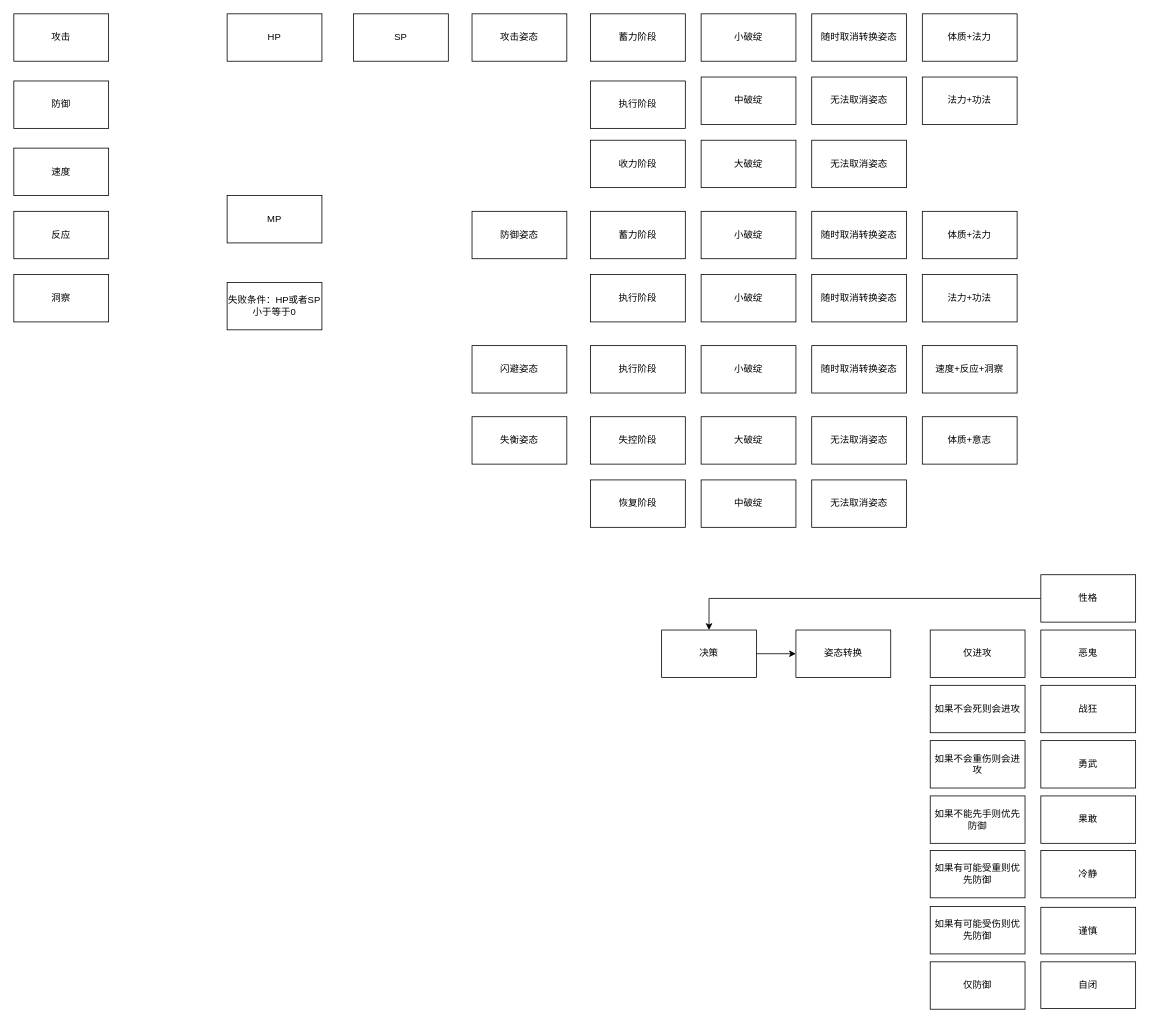
Before: page "第 4 页" (4 of 8) of 流程图/蟋蟀玩法分析.drawio in Karmel5950/NoteBook, a draw.io diagram. Source tidied: cells renumbered, new cells numbered last; positions are measured from the earlier drawing's top-left corner, leaving out a move shared by most shapes. Both pictures are drawn from the tidied source at 79%, with x=0, y=0 at pixel (13, 13).
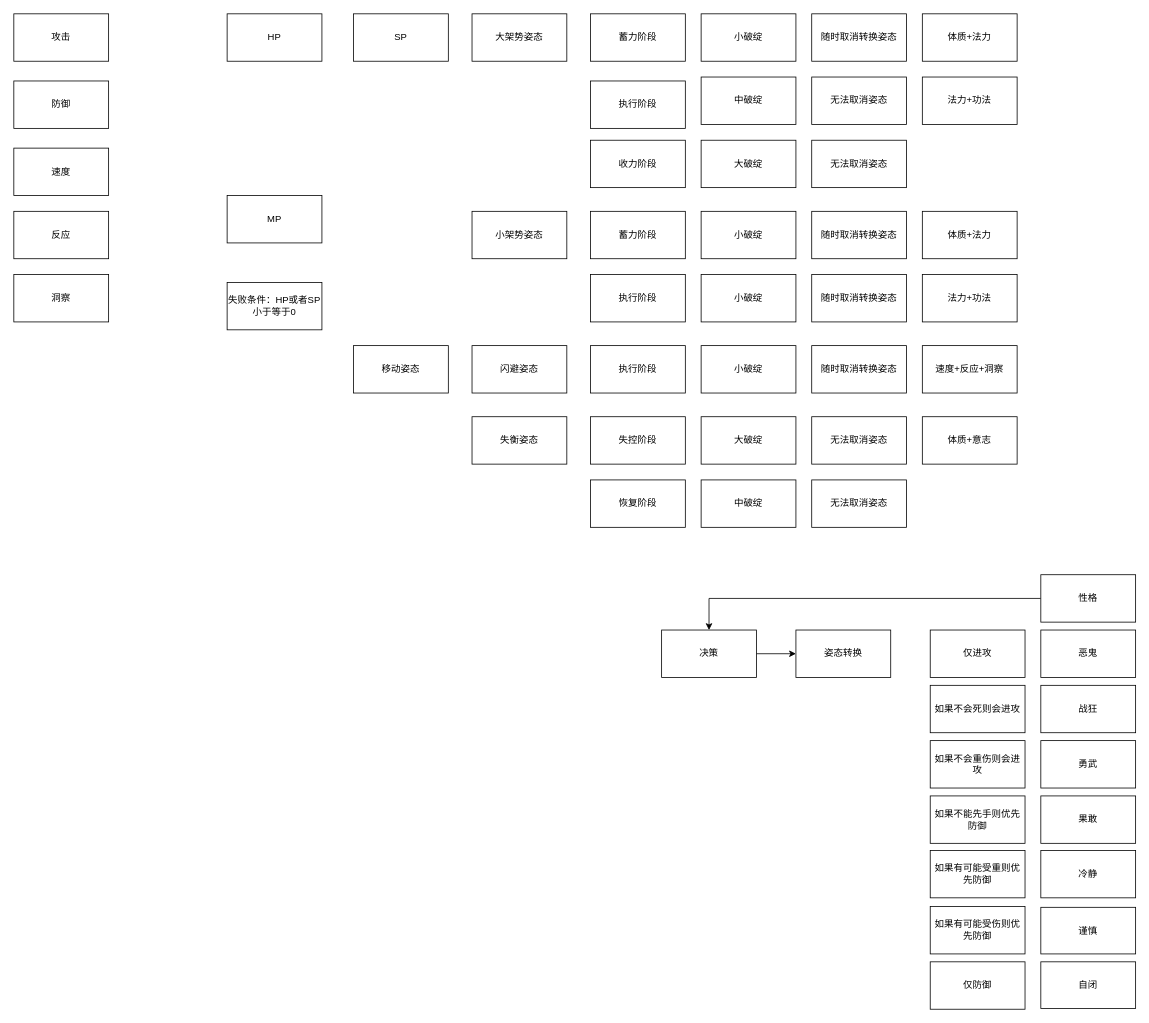
The same page after the edit.

Change to the diagram source:
```diff
@@
-    <mxCell id="18" value="攻击姿态" style="rounded=0;whiteSpace=wrap;html=1;" parent="1" vertex="1">
+    <mxCell id="18" value="大架势姿态" style="rounded=0;whiteSpace=wrap;html=1;" parent="1" vertex="1">
       <mxGeometry x="580" width="120" height="60" as="geometry" />
     </mxCell>
@@
-    <mxCell id="25" value="防御姿态" style="rounded=0;whiteSpace=wrap;html=1;" parent="1" vertex="1">
+    <mxCell id="25" value="小架势姿态" style="rounded=0;whiteSpace=wrap;html=1;" parent="1" vertex="1">
       <mxGeometry x="580" y="250" width="120" height="60" as="geometry" />
     </mxCell>
@@
+    <mxCell id="64" value="移动姿态" style="rounded=0;whiteSpace=wrap;html=1;" parent="1" vertex="1">
+      <mxGeometry x="430" y="420" width="120" height="60" as="geometry" />
+    </mxCell>
```
